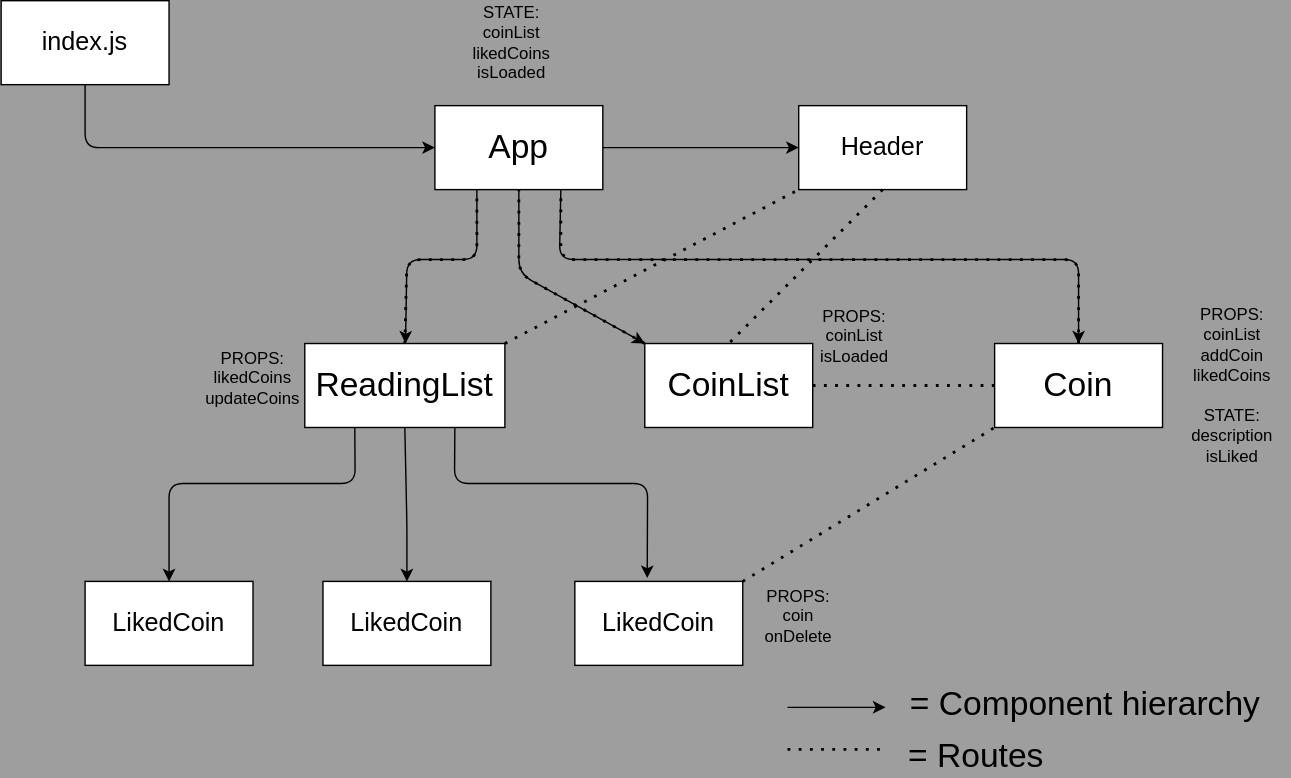
Above: media/hierarchy.drawio.svg in matthewkohn/crypto-explorer (draw.io), before the change. Source tidied: cells renumbered, new cells last; positions are measured from the earlier drawing's top-left corner, leaving out a move shared by most shapes.
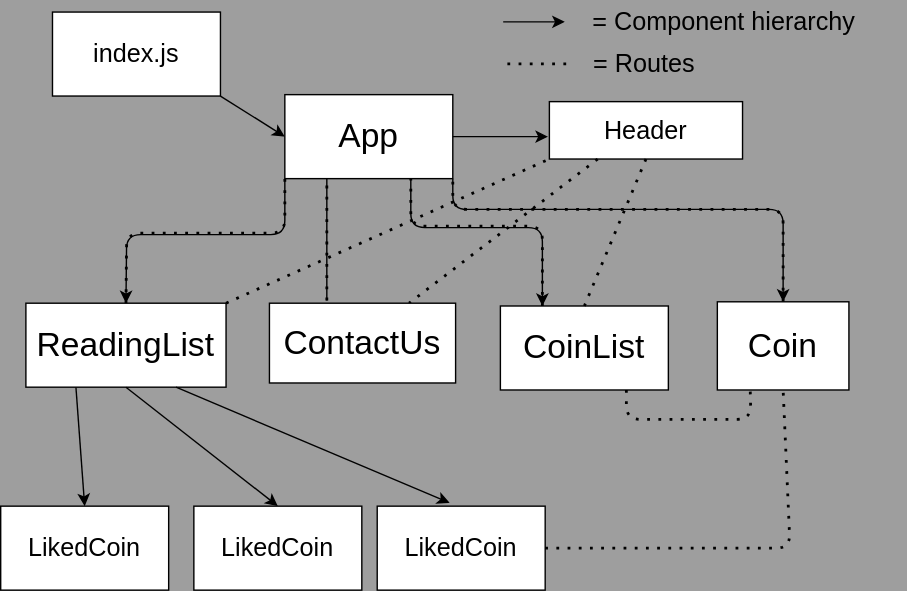
The same diagram one commit later.

Diff of the diagram source:
```diff
@@ -2,77 +2,60 @@
   <root>
     <mxCell id="0" />
     <mxCell id="1" parent="0" />
-    <mxCell id="2" style="edgeStyle=none;html=1;entryX=0;entryY=0.5;entryDx=0;entryDy=0;exitX=0.5;exitY=1;exitDx=0;exitDy=0;" parent="1" edge="1" source="3" target="6">
-      <mxGeometry relative="1" as="geometry">
-        <Array as="points">
-          <mxPoint x="60" y="105" />
-        </Array>
-      </mxGeometry>
+    <mxCell id="2" style="edgeStyle=none;html=1;entryX=0;entryY=0.5;entryDx=0;entryDy=0;exitX=1;exitY=1;exitDx=0;exitDy=0;" parent="1" edge="1" source="3" target="6">
+      <mxGeometry relative="1" as="geometry" />
     </mxCell>
     <mxCell id="3" value="&lt;font style=&quot;font-size: 18px&quot;&gt;index.js&lt;/font&gt;" style="rounded=0;whiteSpace=wrap;html=1;" parent="1" vertex="1">
-      <mxGeometry width="120" height="60" as="geometry" />
+      <mxGeometry x="97" y="-43" width="120" height="60" as="geometry" />
     </mxCell>
-    <mxCell id="4" style="edgeStyle=none;html=1;exitX=0.25;exitY=1;exitDx=0;exitDy=0;" parent="1" edge="1" source="6" target="8">
+    <mxCell id="4" style="edgeStyle=none;html=1;exitX=0;exitY=1;exitDx=0;exitDy=0;entryX=0.5;entryY=0;entryDx=0;entryDy=0;" parent="1" edge="1" source="6" target="8">
       <mxGeometry relative="1" as="geometry">
         <Array as="points">
-          <mxPoint x="340" y="185" />
-          <mxPoint x="290" y="185" />
+          <mxPoint x="263" y="116" />
+          <mxPoint x="150" y="116" />
         </Array>
       </mxGeometry>
     </mxCell>
-    <mxCell id="5" style="edgeStyle=none;html=1;entryX=0;entryY=0;entryDx=0;entryDy=0;exitX=0.5;exitY=1;exitDx=0;exitDy=0;" parent="1" edge="1" source="6" target="14">
+    <mxCell id="5" style="edgeStyle=none;html=1;entryX=0.25;entryY=0;entryDx=0;entryDy=0;exitX=0.75;exitY=1;exitDx=0;exitDy=0;" parent="1" edge="1" source="6" target="14">
       <mxGeometry relative="1" as="geometry">
         <Array as="points">
-          <mxPoint x="370" y="195" />
+          <mxPoint x="353" y="111" />
+          <mxPoint x="447" y="111" />
         </Array>
       </mxGeometry>
     </mxCell>
     <mxCell id="6" value="&lt;font style=&quot;font-size: 24px&quot;&gt;App&lt;/font&gt;" style="rounded=0;whiteSpace=wrap;html=1;" parent="1" vertex="1">
-      <mxGeometry x="310" y="75" width="120" height="60" as="geometry" />
+      <mxGeometry x="263" y="16" width="120" height="60" as="geometry" />
     </mxCell>
     <mxCell id="7" style="edgeStyle=none;html=1;entryX=0.5;entryY=0;entryDx=0;entryDy=0;exitX=0.25;exitY=1;exitDx=0;exitDy=0;" parent="1" edge="1" source="8" target="9">
-      <mxGeometry relative="1" as="geometry">
-        <Array as="points">
-          <mxPoint x="253" y="345" />
-          <mxPoint x="120" y="345" />
-        </Array>
-      </mxGeometry>
+      <mxGeometry relative="1" as="geometry" />
     </mxCell>
     <mxCell id="8" value="&lt;font style=&quot;font-size: 24px&quot;&gt;ReadingList&lt;/font&gt;" style="rounded=0;whiteSpace=wrap;html=1;" parent="1" vertex="1">
-      <mxGeometry x="217" y="245" width="143" height="60" as="geometry" />
+      <mxGeometry x="78" y="165" width="143" height="60" as="geometry" />
     </mxCell>
     <mxCell id="9" value="&lt;font style=&quot;font-size: 18px&quot;&gt;LikedCoin&lt;/font&gt;" style="rounded=0;whiteSpace=wrap;html=1;" parent="1" vertex="1">
-      <mxGeometry x="60" y="415" width="120" height="60" as="geometry" />
+      <mxGeometry x="60" y="310" width="120" height="60" as="geometry" />
     </mxCell>
     <mxCell id="10" style="edgeStyle=none;html=1;exitX=0.5;exitY=1;exitDx=0;exitDy=0;entryX=0.5;entryY=0;entryDx=0;entryDy=0;" parent="1" edge="1" source="8" target="11">
-      <mxGeometry relative="1" as="geometry">
-        <Array as="points">
-          <mxPoint x="290" y="375" />
-        </Array>
-      </mxGeometry>
+      <mxGeometry relative="1" as="geometry" />
     </mxCell>
     <mxCell id="11" value="&lt;font style=&quot;font-size: 18px&quot;&gt;LikedCoin&lt;/font&gt;" style="rounded=0;whiteSpace=wrap;html=1;" parent="1" vertex="1">
-      <mxGeometry x="230" y="415" width="120" height="60" as="geometry" />
+      <mxGeometry x="198" y="310" width="120" height="60" as="geometry" />
     </mxCell>
     <mxCell id="12" style="edgeStyle=none;html=1;exitX=0.75;exitY=1;exitDx=0;exitDy=0;entryX=0.431;entryY=-0.039;entryDx=0;entryDy=0;entryPerimeter=0;" parent="1" edge="1" source="8" target="13">
-      <mxGeometry relative="1" as="geometry">
-        <Array as="points">
-          <mxPoint x="324" y="345" />
-          <mxPoint x="462" y="345" />
-        </Array>
-      </mxGeometry>
+      <mxGeometry relative="1" as="geometry" />
     </mxCell>
     <mxCell id="13" value="&lt;font style=&quot;font-size: 18px&quot;&gt;LikedCoin&lt;/font&gt;" style="rounded=0;whiteSpace=wrap;html=1;" parent="1" vertex="1">
-      <mxGeometry x="410" y="415" width="120" height="60" as="geometry" />
+      <mxGeometry x="329" y="310" width="120" height="60" as="geometry" />
     </mxCell>
     <mxCell id="14" value="&lt;font style=&quot;font-size: 24px&quot;&gt;CoinList&lt;/font&gt;" style="rounded=0;whiteSpace=wrap;html=1;" parent="1" vertex="1">
-      <mxGeometry x="460" y="245" width="120" height="60" as="geometry" />
+      <mxGeometry x="417" y="167" width="120" height="60" as="geometry" />
     </mxCell>
     <mxCell id="15" value="&lt;font style=&quot;font-size: 24px&quot;&gt;Coin&lt;/font&gt;" style="rounded=0;whiteSpace=wrap;html=1;" parent="1" vertex="1">
-      <mxGeometry x="710" y="245" width="120" height="60" as="geometry" />
+      <mxGeometry x="572" y="164" width="94" height="63" as="geometry" />
     </mxCell>
     <mxCell id="16" value="&lt;font style=&quot;font-size: 18px&quot;&gt;Header&lt;/font&gt;" style="rounded=0;whiteSpace=wrap;html=1;" parent="1" vertex="1">
-      <mxGeometry x="570" y="75" width="120" height="60" as="geometry" />
+      <mxGeometry x="452" y="21" width="138" height="41" as="geometry" />
     </mxCell>
     <mxCell id="17" style="endArrow=none;dashed=1;html=1;dashPattern=1 3;strokeWidth=2;exitX=1;exitY=0;exitDx=0;exitDy=0;entryX=0;entryY=1;entryDx=0;entryDy=0;" parent="1" edge="1" source="8" target="16">
       <mxGeometry relative="1" as="geometry" />
@@ -80,82 +63,90 @@
     <mxCell id="18" style="endArrow=none;dashed=1;html=1;dashPattern=1 3;strokeWidth=2;exitX=0.5;exitY=1;exitDx=0;exitDy=0;entryX=0.5;entryY=0;entryDx=0;entryDy=0;" parent="1" edge="1" source="16" target="14">
       <mxGeometry relative="1" as="geometry" />
     </mxCell>
-    <mxCell id="19" style="endArrow=classic;html=1;entryX=0;entryY=0.5;entryDx=0;entryDy=0;exitX=1;exitY=0.5;exitDx=0;exitDy=0;" parent="1" edge="1" source="6" target="16">
+    <mxCell id="19" style="endArrow=classic;html=1;exitX=1;exitY=0.5;exitDx=0;exitDy=0;" parent="1" edge="1" source="6">
       <mxGeometry relative="1" as="geometry">
-        <Array as="points">
-          <mxPoint x="520" y="105" />
-        </Array>
+        <mxPoint x="451" y="46" as="targetPoint" />
       </mxGeometry>
     </mxCell>
-    <mxCell id="20" style="endArrow=none;dashed=1;html=1;dashPattern=1 3;strokeWidth=2;entryX=0;entryY=1;entryDx=0;entryDy=0;exitX=1;exitY=0;exitDx=0;exitDy=0;" parent="1" edge="1" source="13" target="15">
-      <mxGeometry relative="1" as="geometry" />
+    <mxCell id="20" style="endArrow=none;dashed=1;html=1;dashPattern=1 3;strokeWidth=2;entryX=0.5;entryY=1;entryDx=0;entryDy=0;exitX=1;exitY=0.5;exitDx=0;exitDy=0;" parent="1" edge="1" source="13" target="15">
+      <mxGeometry relative="1" as="geometry">
+        <Array as="points">
+          <mxPoint x="624" y="340" />
+        </Array>
+      </mxGeometry>
     </mxCell>
     <mxCell id="21" style="endArrow=classic;html=1;" parent="1" edge="1">
       <mxGeometry relative="1" as="geometry">
-        <mxPoint x="562" y="505" as="sourcePoint" />
-        <mxPoint x="632" y="505" as="targetPoint" />
+        <mxPoint x="419" y="-36" as="sourcePoint" />
+        <mxPoint x="463" y="-36" as="targetPoint" />
       </mxGeometry>
     </mxCell>
-    <mxCell id="22" value="&lt;font style=&quot;font-size: 24px&quot;&gt;= Component hierarchy&lt;/font&gt;" style="text;html=1;strokeColor=none;fillColor=none;align=center;verticalAlign=middle;whiteSpace=wrap;rounded=0;" parent="1" vertex="1">
-      <mxGeometry x="645" y="488" width="260" height="30" as="geometry" />
+    <mxCell id="22" value="&lt;font style=&quot;font-size: 18px&quot;&gt;= Component hierarchy&lt;/font&gt;" style="text;html=1;strokeColor=none;fillColor=none;align=center;verticalAlign=middle;whiteSpace=wrap;rounded=0;" parent="1" vertex="1">
+      <mxGeometry x="447" y="-51" width="260" height="30" as="geometry" />
     </mxCell>
-    <mxCell id="23" style="endArrow=none;dashed=1;html=1;dashPattern=1 3;strokeWidth=2;" parent="1" edge="1">
+    <mxCell id="23" style="endArrow=none;dashed=1;html=1;dashPattern=1 3;strokeWidth=2;entryX=0;entryY=0.5;entryDx=0;entryDy=0;" parent="1" edge="1" target="24">
       <mxGeometry relative="1" as="geometry">
-        <mxPoint x="562" y="535" as="sourcePoint" />
-        <mxPoint x="632" y="535" as="targetPoint" />
+        <mxPoint x="422" y="-6" as="sourcePoint" />
       </mxGeometry>
     </mxCell>
-    <mxCell id="24" value="&lt;font style=&quot;font-size: 24px&quot;&gt;= Routes&lt;/font&gt;" style="text;html=1;strokeColor=none;fillColor=none;align=center;verticalAlign=middle;whiteSpace=wrap;rounded=0;" parent="1" vertex="1">
-      <mxGeometry x="642" y="525" width="110" height="30" as="geometry" />
+    <mxCell id="24" value="&lt;font style=&quot;font-size: 18px&quot;&gt;= Routes&lt;/font&gt;" style="text;html=1;strokeColor=none;fillColor=none;align=center;verticalAlign=middle;whiteSpace=wrap;rounded=0;" parent="1" vertex="1">
+      <mxGeometry x="465" y="-21" width="110" height="30" as="geometry" />
     </mxCell>
-    <mxCell id="25" style="endArrow=none;dashed=1;html=1;dashPattern=1 3;strokeWidth=2;fontSize=18;entryX=0;entryY=0.5;entryDx=0;entryDy=0;exitX=1;exitY=0.5;exitDx=0;exitDy=0;" parent="1" edge="1" source="14" target="15">
-      <mxGeometry relative="1" as="geometry" />
+    <mxCell id="25" style="endArrow=none;dashed=1;html=1;dashPattern=1 3;strokeWidth=2;fontSize=18;entryX=0.25;entryY=1;entryDx=0;entryDy=0;exitX=0.75;exitY=1;exitDx=0;exitDy=0;" parent="1" edge="1" source="14" target="15">
+      <mxGeometry relative="1" as="geometry">
+        <Array as="points">
+          <mxPoint x="507" y="248" />
+          <mxPoint x="596" y="248" />
+        </Array>
+      </mxGeometry>
     </mxCell>
-    <mxCell id="26" style="endArrow=classic;html=1;fontSize=18;entryX=0.5;entryY=0;entryDx=0;entryDy=0;exitX=0.75;exitY=1;exitDx=0;exitDy=0;" parent="1" edge="1" source="6" target="15">
+    <mxCell id="26" style="endArrow=classic;html=1;fontSize=18;entryX=0.5;entryY=0;entryDx=0;entryDy=0;exitX=1;exitY=1;exitDx=0;exitDy=0;" parent="1" edge="1" source="6" target="15">
       <mxGeometry relative="1" as="geometry">
         <Array as="points">
-          <mxPoint x="399" y="185" />
-          <mxPoint x="770" y="185" />
+          <mxPoint x="383" y="98" />
+          <mxPoint x="619" y="98" />
         </Array>
       </mxGeometry>
     </mxCell>
-    <mxCell id="27" style="endArrow=none;dashed=1;html=1;dashPattern=1 3;strokeWidth=2;fontSize=18;exitX=0.5;exitY=0;exitDx=0;exitDy=0;entryX=0.25;entryY=1;entryDx=0;entryDy=0;" parent="1" edge="1" source="8" target="6">
+    <mxCell id="27" style="endArrow=none;dashed=1;html=1;dashPattern=1 3;strokeWidth=2;fontSize=18;exitX=0.5;exitY=0;exitDx=0;exitDy=0;entryX=0;entryY=1;entryDx=0;entryDy=0;" parent="1" edge="1" source="8" target="6">
       <mxGeometry relative="1" as="geometry">
         <Array as="points">
-          <mxPoint x="290" y="185" />
-          <mxPoint x="340" y="185" />
+          <mxPoint x="150" y="115" />
+          <mxPoint x="263" y="115" />
         </Array>
       </mxGeometry>
     </mxCell>
-    <mxCell id="28" style="endArrow=none;dashed=1;html=1;dashPattern=1 3;strokeWidth=2;exitX=0;exitY=0;exitDx=0;exitDy=0;entryX=0.5;entryY=1;entryDx=0;entryDy=0;" parent="1" edge="1" source="14" target="6">
+    <mxCell id="28" style="endArrow=none;dashed=1;html=1;dashPattern=1 3;strokeWidth=2;exitX=0.25;exitY=0;exitDx=0;exitDy=0;entryX=0.75;entryY=1;entryDx=0;entryDy=0;" parent="1" edge="1" source="14" target="6">
       <mxGeometry relative="1" as="geometry">
         <Array as="points">
-          <mxPoint x="370" y="195" />
+          <mxPoint x="447" y="110" />
+          <mxPoint x="353" y="110" />
         </Array>
       </mxGeometry>
     </mxCell>
-    <mxCell id="29" style="endArrow=none;dashed=1;html=1;dashPattern=1 3;strokeWidth=2;exitX=0.5;exitY=0;exitDx=0;exitDy=0;entryX=0.75;entryY=1;entryDx=0;entryDy=0;" parent="1" edge="1" source="15" target="6">
+    <mxCell id="29" style="endArrow=none;dashed=1;html=1;dashPattern=1 3;strokeWidth=2;exitX=0.5;exitY=0;exitDx=0;exitDy=0;entryX=1;entryY=1;entryDx=0;entryDy=0;" parent="1" edge="1" source="15" target="6">
       <mxGeometry relative="1" as="geometry">
         <Array as="points">
-          <mxPoint x="770" y="185" />
-          <mxPoint x="400" y="185" />
+          <mxPoint x="619" y="98" />
+          <mxPoint x="383" y="98" />
         </Array>
       </mxGeometry>
     </mxCell>
-    <mxCell id="30" value="STATE:&lt;br&gt;coinList&lt;br&gt;likedCoins&lt;br&gt;isLoaded" style="text;html=1;strokeColor=none;fillColor=none;align=center;verticalAlign=middle;whiteSpace=wrap;rounded=0;" parent="1" vertex="1">
-      <mxGeometry x="335" y="15" width="60" height="30" as="geometry" />
-    </mxCell>
-    <mxCell id="31" value="PROPS:&lt;br&gt;likedCoins&lt;br&gt;updateCoins" style="text;html=1;strokeColor=none;fillColor=none;align=center;verticalAlign=middle;whiteSpace=wrap;rounded=0;" parent="1" vertex="1">
-      <mxGeometry x="150" y="255" width="60" height="30" as="geometry" />
-    </mxCell>
-    <mxCell id="32" value="PROPS:&lt;br&gt;coinList&lt;br&gt;isLoaded" style="text;html=1;strokeColor=none;fillColor=none;align=center;verticalAlign=middle;whiteSpace=wrap;rounded=0;" parent="1" vertex="1">
-      <mxGeometry x="580" y="225" width="60" height="30" as="geometry" />
-    </mxCell>
-    <mxCell id="33" value="PROPS:&lt;br&gt;coinList&lt;br&gt;addCoin&lt;br&gt;likedCoins&lt;br&gt;&lt;br&gt;STATE:&lt;br&gt;description&lt;br&gt;isLiked" style="text;html=1;strokeColor=none;fillColor=none;align=center;verticalAlign=middle;whiteSpace=wrap;rounded=0;" parent="1" vertex="1">
-      <mxGeometry x="840" y="210" width="80" height="130" as="geometry" />
-    </mxCell>
+    <mxCell id="35" style="endArrow=none;dashed=1;html=1;dashPattern=1 3;strokeWidth=2;entryX=0.25;entryY=1;entryDx=0;entryDy=0;" parent="1" edge="1" target="6">
+      <mxGeometry relative="1" as="geometry">
+        <mxPoint x="293" y="163" as="sourcePoint" />
+      </mxGeometry>
+    </mxCell>
+    <mxCell id="36" style="endArrow=none;dashed=1;html=1;dashPattern=1 3;strokeWidth=2;exitX=0.25;exitY=1;exitDx=0;exitDy=0;entryX=0.75;entryY=0;entryDx=0;entryDy=0;" parent="1" edge="1" source="16" target="34">
+      <mxGeometry relative="1" as="geometry" />
+    </mxCell>
-    <mxCell id="34" value="PROPS:&lt;br&gt;coin&lt;br&gt;onDelete" style="text;html=1;strokeColor=none;fillColor=none;align=center;verticalAlign=middle;whiteSpace=wrap;rounded=0;" parent="1" vertex="1">
-      <mxGeometry x="540" y="425" width="60" height="30" as="geometry" />
+    <mxCell id="34" value="&lt;font style=&quot;font-size: 24px&quot;&gt;ContactUs&lt;/font&gt;" style="rounded=0;whiteSpace=wrap;html=1;" parent="1" vertex="1">
+      <mxGeometry x="252" y="165" width="133" height="57" as="geometry" />
     </mxCell>
+    <mxCell id="37" style="edgeStyle=none;html=1;exitX=0.25;exitY=1;exitDx=0;exitDy=0;endArrow=none;" parent="1" edge="1" source="6">
+      <mxGeometry relative="1" as="geometry">
+        <mxPoint x="293" y="163" as="targetPoint" />
+      </mxGeometry>
+    </mxCell>
   </root>
 </mxGraphModel>
```
